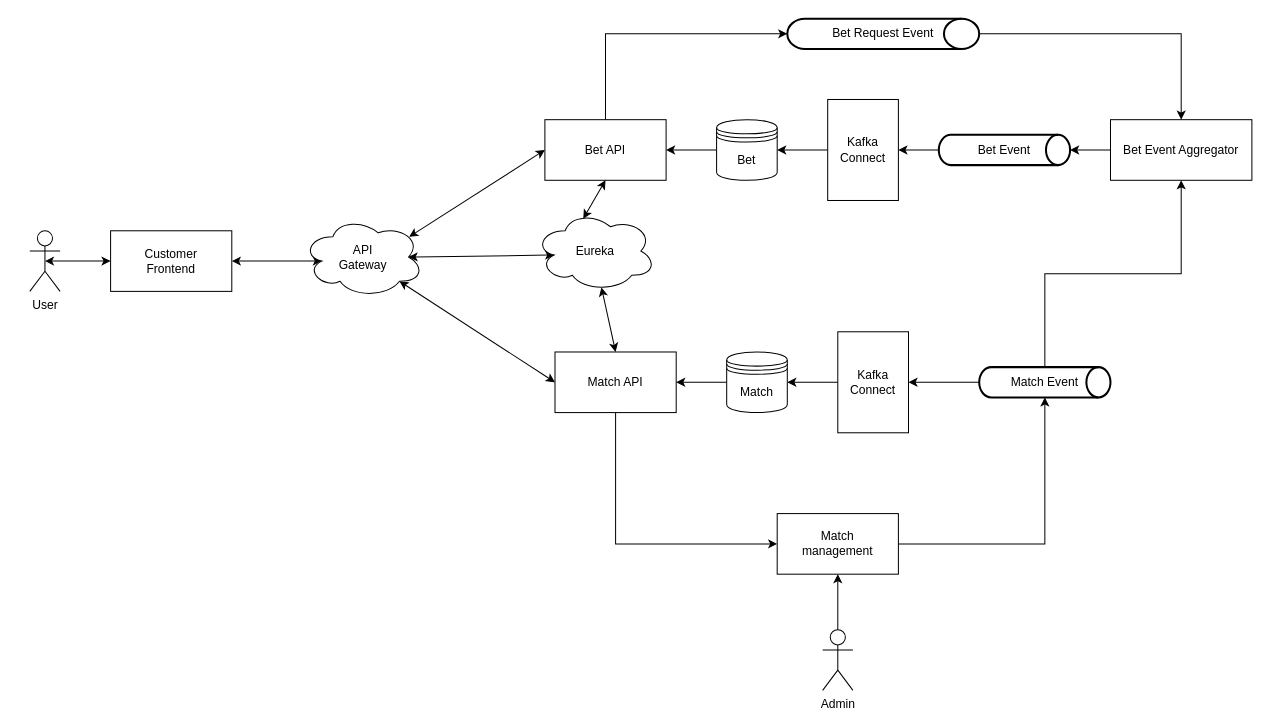
Earlier version of the draw.io diagram doc/bet-microservices-architecture.drawio (PiotrMichalowski96/bet-microservices). Source tidied: cells renumbered, new cells numbered last; positions are measured from the earlier drawing's top-left corner, leaving out a move shared by most shapes. Both pictures are drawn from the tidied source at 101%, with x=0, y=0 at pixel (29, 18).
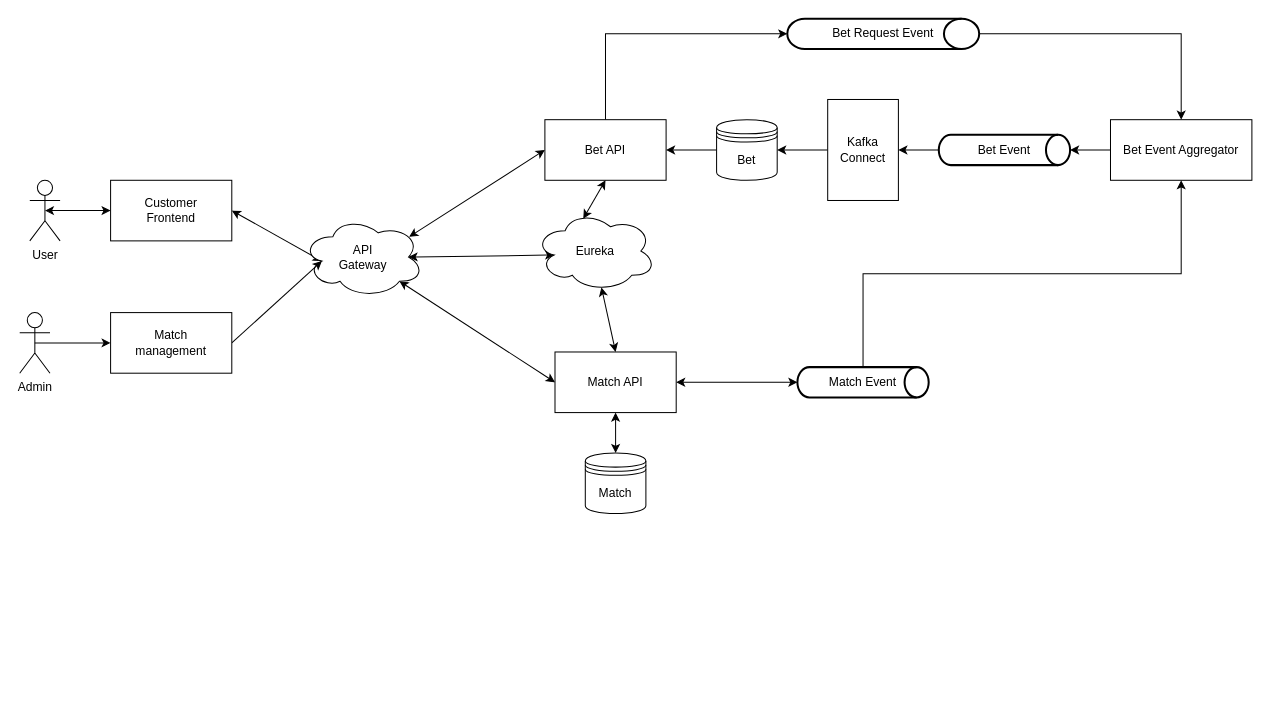
The same diagram, later.

Commit message (it also covers changes not shown here):
Update architecture diagram

The change refers to these unchanged cells:
```xml
<mxCell id="9" value="Match API" style="rounded=0;whiteSpace=wrap;html=1;" parent="1" vertex="1">
  <mxGeometry x="520" y="330" width="120" height="60" as="geometry" />
</mxCell>
<mxCell id="18" value="API&lt;br&gt;Gateway" style="ellipse;shape=cloud;whiteSpace=wrap;html=1;" parent="1" vertex="1">
  <mxGeometry x="270" y="196" width="120" height="80" as="geometry" />
</mxCell>
```

What changed in the source:
```diff
@@
-    <mxCell id="4" style="edgeStyle=orthogonalEdgeStyle;rounded=0;jettySize=auto;html=1;exitX=1;exitY=0.5;exitDx=0;exitDy=0;startArrow=classic;startFill=1;entryX=0.16;entryY=0.55;entryDx=0;entryDy=0;entryPerimeter=0;" parent="1" edge="1" source="5" target="18">
+    <mxCell id="4" style="rounded=0;jettySize=auto;html=1;exitX=1;exitY=0.5;exitDx=0;exitDy=0;startArrow=classic;startFill=1;entryX=0.16;entryY=0.55;entryDx=0;entryDy=0;entryPerimeter=0;" parent="1" edge="1" source="5" target="18">
       <mxGeometry relative="1" as="geometry" />
     </mxCell>
     <mxCell id="5" value="Customer&lt;br&gt;Frontend" style="rounded=0;whiteSpace=wrap;html=1;" parent="1" vertex="1">
-      <mxGeometry x="80" y="210" width="120" height="60" as="geometry" />
+      <mxGeometry x="80" y="160" width="120" height="60" as="geometry" />
     </mxCell>
@@
-    <mxCell id="8" style="edgeStyle=orthogonalEdgeStyle;rounded=0;jettySize=auto;html=1;exitX=0.5;exitY=1;exitDx=0;exitDy=0;entryX=0;entryY=0.5;entryDx=0;entryDy=0;startArrow=none;startFill=0;" parent="1" edge="1" source="9" target="32">
-      <mxGeometry relative="1" as="geometry" />
-    </mxCell>
+    <mxCell id="38" style="edgeStyle=none;rounded=0;jettySize=auto;html=1;exitX=1;exitY=0.5;exitDx=0;exitDy=0;startArrow=classic;startFill=1;" parent="1" edge="1" source="9" target="30">
+      <mxGeometry relative="1" as="geometry" />
+    </mxCell>
+    <mxCell id="39" style="edgeStyle=none;rounded=0;jettySize=auto;html=1;exitX=0.5;exitY=1;exitDx=0;exitDy=0;startArrow=classic;startFill=1;" parent="1" edge="1" source="9" target="21">
+      <mxGeometry relative="1" as="geometry" />
+    </mxCell>
@@
     <mxCell id="11" value="User" style="shape=umlActor;verticalLabelPosition=bottom;verticalAlign=top;html=1;outlineConnect=0;" parent="1" vertex="1">
-      <mxGeometry y="210" width="30" height="60" as="geometry" />
+      <mxGeometry y="160" width="30" height="60" as="geometry" />
     </mxCell>
@@
-    <mxCell id="15" style="edgeStyle=orthogonalEdgeStyle;rounded=0;jettySize=auto;html=1;exitX=0;exitY=0.5;exitDx=0;exitDy=0;entryX=1;entryY=0.5;entryDx=0;entryDy=0;startArrow=none;startFill=0;" parent="1" edge="1" source="16" target="21">
-      <mxGeometry relative="1" as="geometry" />
-    </mxCell>
-    <mxCell id="16" value="Kafka&lt;br&gt;Connect" style="rounded=0;whiteSpace=wrap;html=1;" parent="1" vertex="1">
-      <mxGeometry x="800" y="310" width="70" height="100" as="geometry" />
-    </mxCell>
@@
-    <mxCell id="20" style="edgeStyle=orthogonalEdgeStyle;rounded=0;jettySize=auto;html=1;exitX=0;exitY=0.5;exitDx=0;exitDy=0;entryX=1;entryY=0.5;entryDx=0;entryDy=0;startArrow=none;startFill=0;" parent="1" edge="1" source="21" target="9">
-      <mxGeometry relative="1" as="geometry" />
-    </mxCell>
     <mxCell id="21" value="Match" style="shape=datastore;whiteSpace=wrap;html=1;" parent="1" vertex="1">
-      <mxGeometry x="690" y="330" width="60" height="60" as="geometry" />
+      <mxGeometry x="550" y="430" width="60" height="60" as="geometry" />
     </mxCell>
@@
-    <mxCell id="28" style="edgeStyle=orthogonalEdgeStyle;rounded=0;jettySize=auto;html=1;exitX=0;exitY=0.5;exitDx=0;exitDy=0;exitPerimeter=0;entryX=1;entryY=0.5;entryDx=0;entryDy=0;startArrow=none;startFill=0;" parent="1" edge="1" source="30" target="16">
-      <mxGeometry relative="1" as="geometry" />
-    </mxCell>
@@
     <mxCell id="30" value="Match Event" style="strokeWidth=2;html=1;shape=mxgraph.flowchart.direct_data;whiteSpace=wrap;" parent="1" vertex="1">
-      <mxGeometry x="940" y="345" width="130" height="30" as="geometry" />
+      <mxGeometry x="760" y="345" width="130" height="30" as="geometry" />
     </mxCell>
-    <mxCell id="31" style="edgeStyle=orthogonalEdgeStyle;rounded=0;jettySize=auto;html=1;exitX=1;exitY=0.5;exitDx=0;exitDy=0;entryX=0.5;entryY=1;entryDx=0;entryDy=0;entryPerimeter=0;startArrow=none;startFill=0;" parent="1" edge="1" source="32" target="30">
-      <mxGeometry relative="1" as="geometry" />
-    </mxCell>
+    <mxCell id="40" style="rounded=0;jettySize=auto;html=1;exitX=1;exitY=0.5;exitDx=0;exitDy=0;entryX=0.16;entryY=0.55;entryDx=0;entryDy=0;entryPerimeter=0;" parent="1" edge="1" source="32" target="18">
+      <mxGeometry relative="1" as="geometry" />
+    </mxCell>
     <mxCell id="32" value="Match &lt;br&gt;management" style="rounded=0;whiteSpace=wrap;html=1;" parent="1" vertex="1">
-      <mxGeometry x="740" y="490" width="120" height="60" as="geometry" />
+      <mxGeometry x="80" y="291" width="120" height="60" as="geometry" />
     </mxCell>
-    <mxCell id="33" style="edgeStyle=orthogonalEdgeStyle;rounded=0;jettySize=auto;html=1;exitX=0.5;exitY=0;exitDx=0;exitDy=0;exitPerimeter=0;startArrow=none;startFill=0;" parent="1" edge="1" source="34" target="32">
+    <mxCell id="33" style="edgeStyle=orthogonalEdgeStyle;rounded=0;jettySize=auto;html=1;exitX=0.5;exitY=0.5;exitDx=0;exitDy=0;exitPerimeter=0;" parent="1" edge="1" source="34" target="32">
       <mxGeometry relative="1" as="geometry" />
     </mxCell>
     <mxCell id="34" value="Admin" style="shape=umlActor;verticalLabelPosition=bottom;verticalAlign=top;html=1;outlineConnect=0;" parent="1" vertex="1">
-      <mxGeometry x="785" y="605" width="30" height="60" as="geometry" />
+      <mxGeometry x="-10" y="291" width="30" height="60" as="geometry" />
     </mxCell>
```
